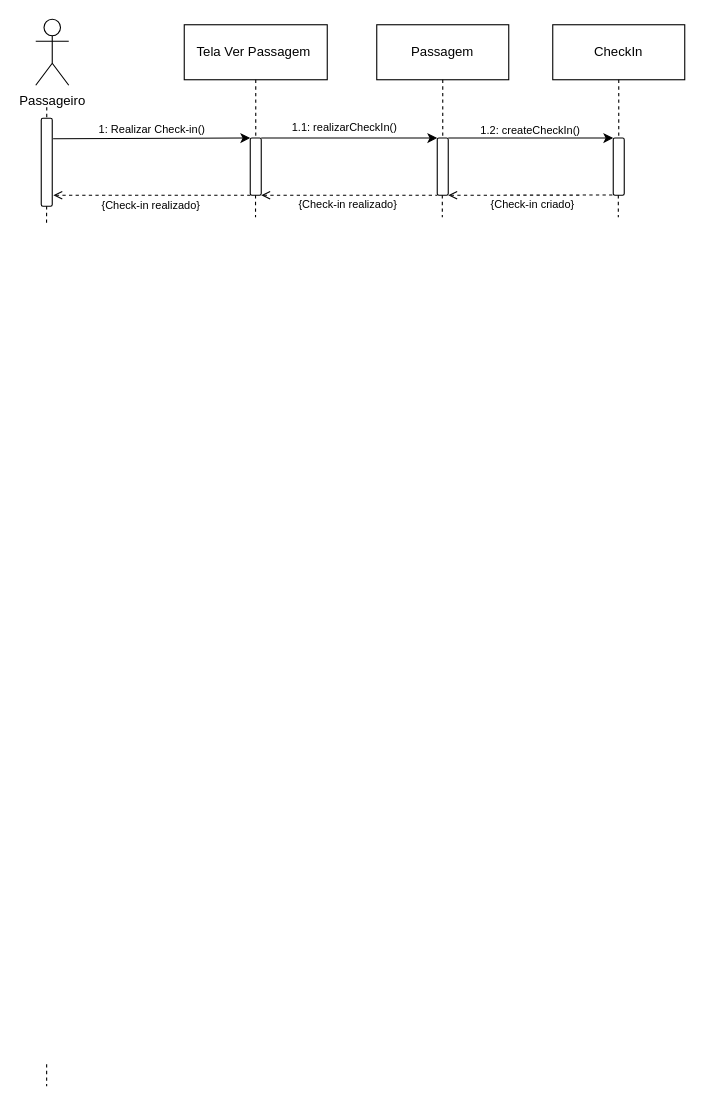
Above: Diagramas/Eng_de_Software/Modelos/Sequencia/Realizar_Check_In_Passageiro.drawio in GabrielGMori/trabalho-conclus-o-ano (draw.io), before the change. Source tidied: cells renumbered, new cells numbered last; positions are measured from the earlier drawing's top-left corner, leaving out a move shared by most shapes. Both pictures are drawn from the tidied source at 110%, with x=0, y=0 at pixel (35, 19).
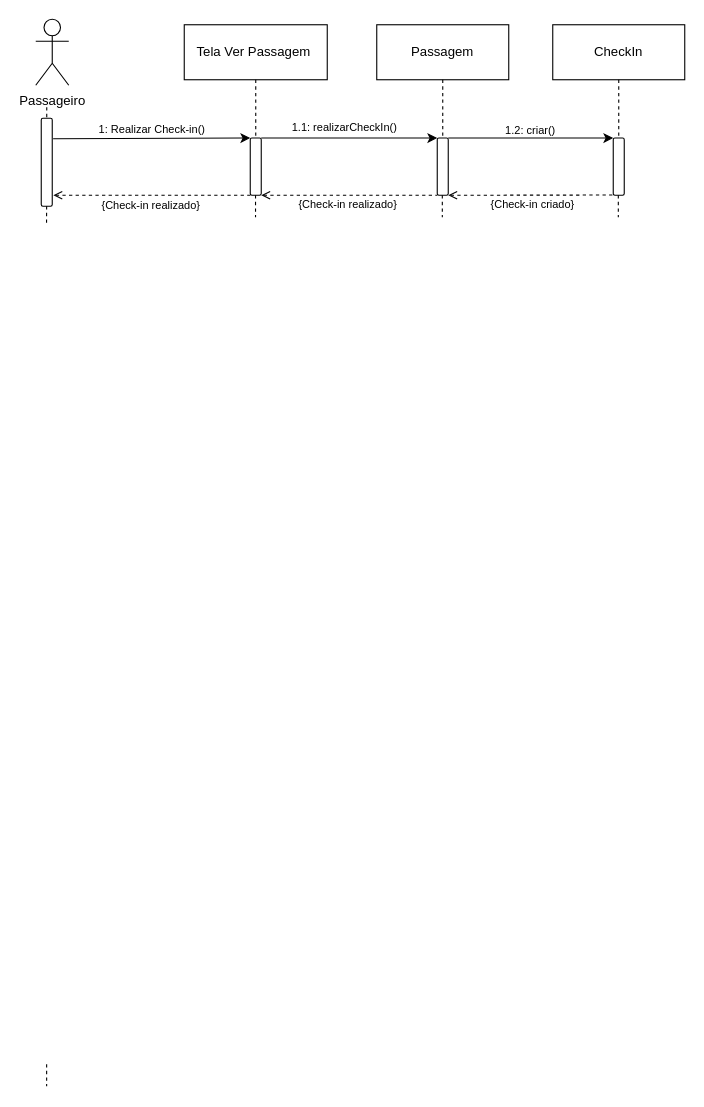
After the change.

What changed in the source:
```diff
@@
-    <mxCell id="25" value="&lt;font&gt;1.2: create&lt;/font&gt;&lt;font&gt;CheckIn()&lt;/font&gt;" style="text;html=1;align=center;verticalAlign=middle;whiteSpace=wrap;rounded=0;fontSize=10;" parent="1" vertex="1">
+    <mxCell id="25" value="&lt;font&gt;1.2: criar&lt;/font&gt;&lt;font&gt;()&lt;/font&gt;" style="text;html=1;align=center;verticalAlign=middle;whiteSpace=wrap;rounded=0;fontSize=10;" parent="1" vertex="1">
       <mxGeometry x="370" y="91" width="160" height="20" as="geometry" />
     </mxCell>
```
